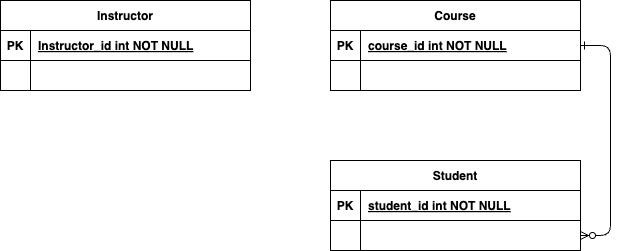
Above: problem3.drawio.png in jimni0/2025_database_ERD (draw.io), before the change. Source tidied: cells renumbered, new cells last; positions are measured from the earlier drawing's top-left corner, leaving out a move shared by most shapes.
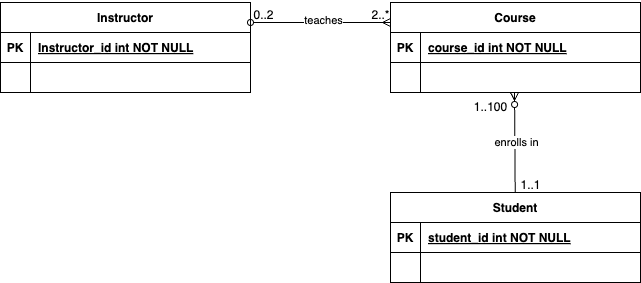
The same file after the commit.

What changed in the source:
```diff
@@ -2,11 +2,8 @@
   <root>
     <mxCell id="0" />
     <mxCell id="1" parent="0" />
-    <mxCell id="2" style="edgeStyle=entityRelationEdgeStyle;endArrow=ERzeroToMany;startArrow=ERone;endFill=1;startFill=0;" parent="1" edge="1" source="4" target="14">
-      <mxGeometry relative="1" as="geometry" />
-    </mxCell>
     <mxCell id="3" value="Course" style="shape=table;startSize=30;rowLines=0;fontStyle=1;align=center;" parent="1" vertex="1">
-      <mxGeometry x="330" width="250" height="90" as="geometry" />
+      <mxGeometry x="390" width="250" height="90" as="geometry" />
     </mxCell>
     <mxCell id="4" style="shape=partialRectangle;fillColor=none;points=[[0,0.5],[1,0.5]];portConstraint=eastwest;top=0;left=0;right=0;bottom=1;" parent="3" vertex="1">
       <mxGeometry y="30" width="250" height="30" as="geometry" />
@@ -27,7 +24,7 @@
       <mxGeometry x="30" width="220" height="30" as="geometry" />
     </mxCell>
     <mxCell id="10" value="Student" style="shape=table;startSize=30;rowLines=0;fontStyle=1;align=center;" parent="1" vertex="1">
-      <mxGeometry x="330" y="160" width="250" height="90" as="geometry" />
+      <mxGeometry x="390" y="190" width="250" height="90" as="geometry" />
     </mxCell>
     <mxCell id="11" style="shape=partialRectangle;fillColor=none;top=0;left=0;right=0;bottom=1;" parent="10" vertex="1">
       <mxGeometry y="30" width="250" height="30" as="geometry" />
@@ -68,5 +65,34 @@
     <mxCell id="23" style="shape=partialRectangle;overflow=hidden;fillColor=none;top=0;left=0;bottom=0;right=0;align=left;spacingLeft=6;" parent="21" vertex="1">
       <mxGeometry x="30" width="220" height="30" as="geometry" />
     </mxCell>
+    <mxCell id="24" style="endArrow=ERmany;html=1;rounded=0;startArrow=oval;startFill=0;endFill=0;entryX=0;entryY=0.5;entryDx=0;entryDy=0;" parent="1" edge="1">
+      <mxGeometry relative="1" as="geometry">
+        <mxPoint x="250" y="20" as="sourcePoint" />
+        <mxPoint x="390" y="20" as="targetPoint" />
+      </mxGeometry>
+    </mxCell>
+    <mxCell id="25" value="teaches" style="edgeLabel;html=1;align=center;verticalAlign=middle;" parent="24" vertex="1">
+      <mxGeometry x="0.03" y="3" relative="1" as="geometry" />
+    </mxCell>
+    <mxCell id="26" value="0..2" style="text;html=1;align=center;verticalAlign=middle;strokeColor=none;fillColor=none;" parent="1" vertex="1">
+      <mxGeometry x="243" y="-2" width="40" height="30" as="geometry" />
+    </mxCell>
+    <mxCell id="27" value="2..*" style="text;html=1;align=center;verticalAlign=middle;strokeColor=none;fillColor=none;" parent="1" vertex="1">
+      <mxGeometry x="360" y="-2" width="40" height="30" as="geometry" />
+    </mxCell>
+    <mxCell id="28" style="endArrow=none;html=1;rounded=0;startArrow=ERzeroToMany;startFill=0;" parent="1" edge="1" target="10">
+      <mxGeometry relative="1" as="geometry">
+        <mxPoint x="514" y="90" as="sourcePoint" />
+      </mxGeometry>
+    </mxCell>
+    <mxCell id="29" value="enrolls in" style="edgeLabel;html=1;align=center;verticalAlign=middle;" parent="28" vertex="1">
+      <mxGeometry y="1" relative="1" as="geometry" />
+    </mxCell>
+    <mxCell id="30" value="1..1" style="text;html=1;align=center;verticalAlign=middle;strokeColor=none;fillColor=none;" parent="1" vertex="1">
+      <mxGeometry x="510" y="168" width="40" height="30" as="geometry" />
+    </mxCell>
+    <mxCell id="31" value="1..100" style="text;html=1;align=center;verticalAlign=middle;strokeColor=none;fillColor=none;" parent="1" vertex="1">
+      <mxGeometry x="460" y="90" width="60" height="30" as="geometry" />
+    </mxCell>
   </root>
 </mxGraphModel>
```
